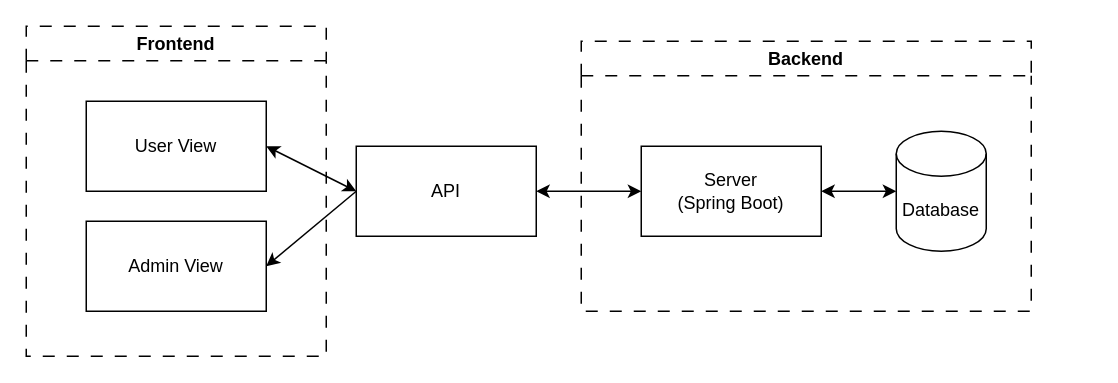
This is docs/diagrams/drawio_pad/mvc.drawio from B5u2423/Bookstore-Website, a draw.io file, before an edit. Source tidied: cells renumbered, new cells numbered last; positions are measured from the earlier drawing's top-left corner, leaving out a move shared by most shapes. Both pictures are drawn from the tidied source at 150%, with x=0, y=0 at pixel (26, 26).
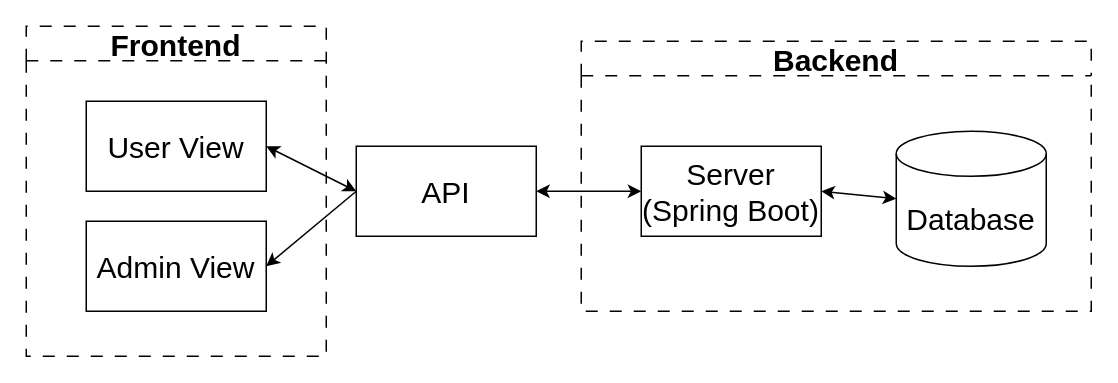
Above is the later version.

Commit message (it also covers changes not shown here):
chore: add other activity diagrams

The edit, as a diff of the source:
```diff
@@
 <mxGraphModel>
   <root>
     <mxCell id="0" />
     <mxCell id="1" parent="0" />
     <mxCell id="2" style="edgeStyle=none;html=1;exitX=0;exitY=0.5;exitDx=0;exitDy=0;entryX=1;entryY=0.5;entryDx=0;entryDy=0;startArrow=classic;startFill=1;" parent="1" edge="1" source="11" target="9">
       <mxGeometry relative="1" as="geometry" />
     </mxCell>
     <mxCell id="3" style="edgeStyle=none;html=1;exitX=0;exitY=0.5;exitDx=0;exitDy=0;entryX=1;entryY=0.5;entryDx=0;entryDy=0;" parent="1" edge="1" source="11" target="10">
       <mxGeometry relative="1" as="geometry" />
     </mxCell>
-    <mxCell id="4" value="Backend" style="swimlane;whiteSpace=wrap;html=1;dashed=1;dashPattern=8 8;" parent="1" vertex="1">
-      <mxGeometry x="370" y="10" width="300" height="180" as="geometry" />
+    <mxCell id="4" value="&lt;font style=&quot;font-size: 20px;&quot;&gt;Backend&lt;/font&gt;" style="swimlane;whiteSpace=wrap;html=1;dashed=1;dashPattern=8 8;" parent="1" vertex="1">
+      <mxGeometry x="370" y="10" width="340" height="180" as="geometry" />
     </mxCell>
-    <mxCell id="5" value="Server&lt;div&gt;(Spring Boot)&lt;/div&gt;" style="rounded=0;whiteSpace=wrap;html=1;" parent="4" vertex="1">
+    <mxCell id="5" value="&lt;font style=&quot;font-size: 20px;&quot;&gt;Server&lt;/font&gt;&lt;div&gt;&lt;font style=&quot;font-size: 20px;&quot;&gt;(Spring Boot)&lt;/font&gt;&lt;/div&gt;" style="rounded=0;whiteSpace=wrap;html=1;" parent="4" vertex="1">
       <mxGeometry x="40" y="70" width="120" height="60" as="geometry" />
     </mxCell>
-    <mxCell id="6" value="Database" style="shape=cylinder3;whiteSpace=wrap;html=1;boundedLbl=1;backgroundOutline=1;size=15;" parent="4" vertex="1">
-      <mxGeometry x="210" y="60" width="60" height="80" as="geometry" />
+    <mxCell id="6" value="&lt;font style=&quot;font-size: 20px;&quot;&gt;Database&lt;/font&gt;" style="shape=cylinder3;whiteSpace=wrap;html=1;boundedLbl=1;backgroundOutline=1;size=15;" parent="4" vertex="1">
+      <mxGeometry x="210" y="60" width="100" height="90" as="geometry" />
     </mxCell>
     <mxCell id="7" style="edgeStyle=none;html=1;exitX=1;exitY=0.5;exitDx=0;exitDy=0;entryX=0;entryY=0.5;entryDx=0;entryDy=0;entryPerimeter=0;startArrow=classic;startFill=1;" parent="4" edge="1" source="5" target="6">
       <mxGeometry relative="1" as="geometry" />
     </mxCell>
-    <mxCell id="8" value="Frontend" style="swimlane;whiteSpace=wrap;html=1;dashed=1;dashPattern=8 8;" parent="1" vertex="1">
+    <mxCell id="8" value="&lt;font style=&quot;font-size: 20px;&quot;&gt;Frontend&lt;/font&gt;" style="swimlane;whiteSpace=wrap;html=1;dashed=1;dashPattern=8 8;" parent="1" vertex="1">
       <mxGeometry width="200" height="220" as="geometry" />
     </mxCell>
-    <mxCell id="9" value="User View" style="rounded=0;whiteSpace=wrap;html=1;" parent="8" vertex="1">
+    <mxCell id="9" value="&lt;font style=&quot;font-size: 20px;&quot;&gt;User View&lt;/font&gt;" style="rounded=0;whiteSpace=wrap;html=1;" parent="8" vertex="1">
       <mxGeometry x="40" y="50" width="120" height="60" as="geometry" />
     </mxCell>
-    <mxCell id="10" value="Admin View" style="rounded=0;whiteSpace=wrap;html=1;" parent="8" vertex="1">
+    <mxCell id="10" value="&lt;font style=&quot;font-size: 20px;&quot;&gt;Admin View&lt;/font&gt;" style="rounded=0;whiteSpace=wrap;html=1;" parent="8" vertex="1">
       <mxGeometry x="40" y="130" width="120" height="60" as="geometry" />
     </mxCell>
-    <mxCell id="11" value="API" style="rounded=0;whiteSpace=wrap;html=1;" parent="1" vertex="1">
+    <mxCell id="11" value="&lt;font style=&quot;font-size: 20px;&quot;&gt;API&lt;/font&gt;" style="rounded=0;whiteSpace=wrap;html=1;" parent="1" vertex="1">
       <mxGeometry x="220" y="80" width="120" height="60" as="geometry" />
     </mxCell>
     <mxCell id="12" style="edgeStyle=none;html=1;exitX=1;exitY=0.5;exitDx=0;exitDy=0;entryX=0;entryY=0.5;entryDx=0;entryDy=0;startArrow=classic;startFill=1;" parent="1" edge="1" source="11" target="5">
       <mxGeometry relative="1" as="geometry" />
     </mxCell>
   </root>
 </mxGraphModel>
```
